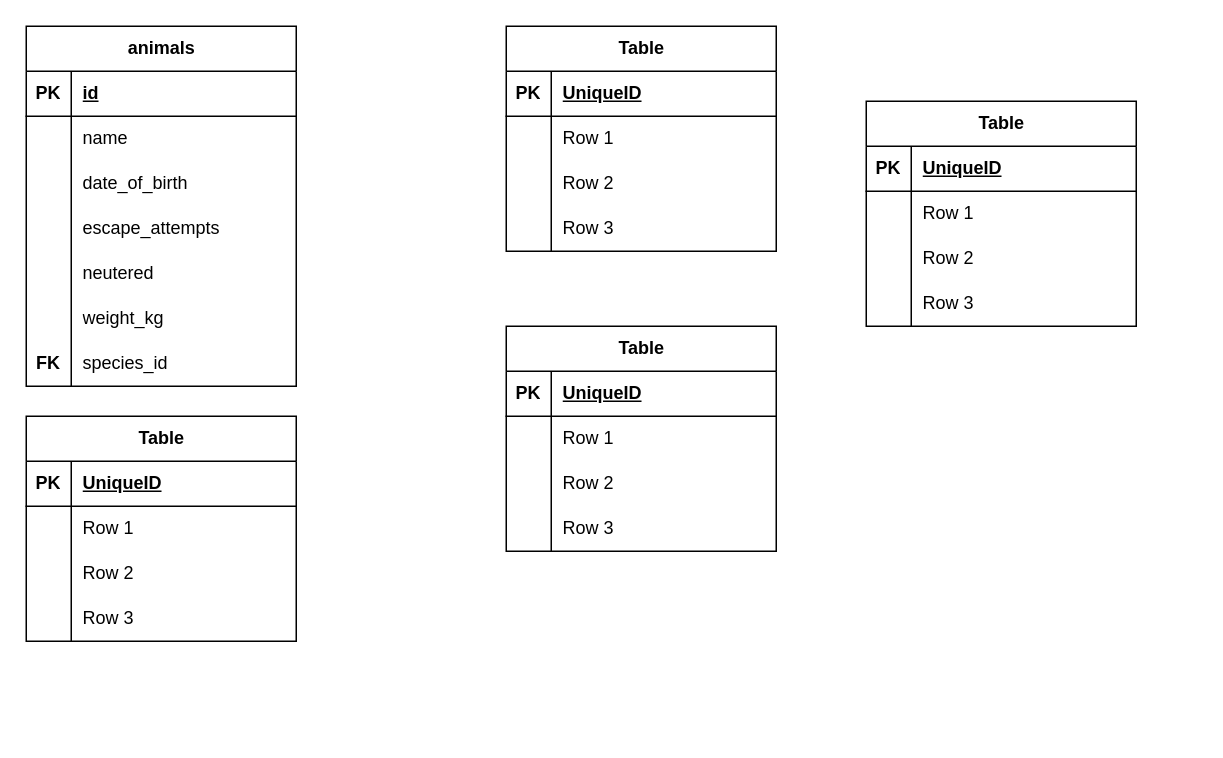
Earlier version of the draw.io diagram Untitled Diagram.drawio (katfogy/vet-clinic). Source tidied: cells renumbered, new cells numbered last; positions are measured from the earlier drawing's top-left corner, leaving out a move shared by most shapes. Both pictures are drawn from the tidied source at 150%, with x=0, y=0 at pixel (26, 26).
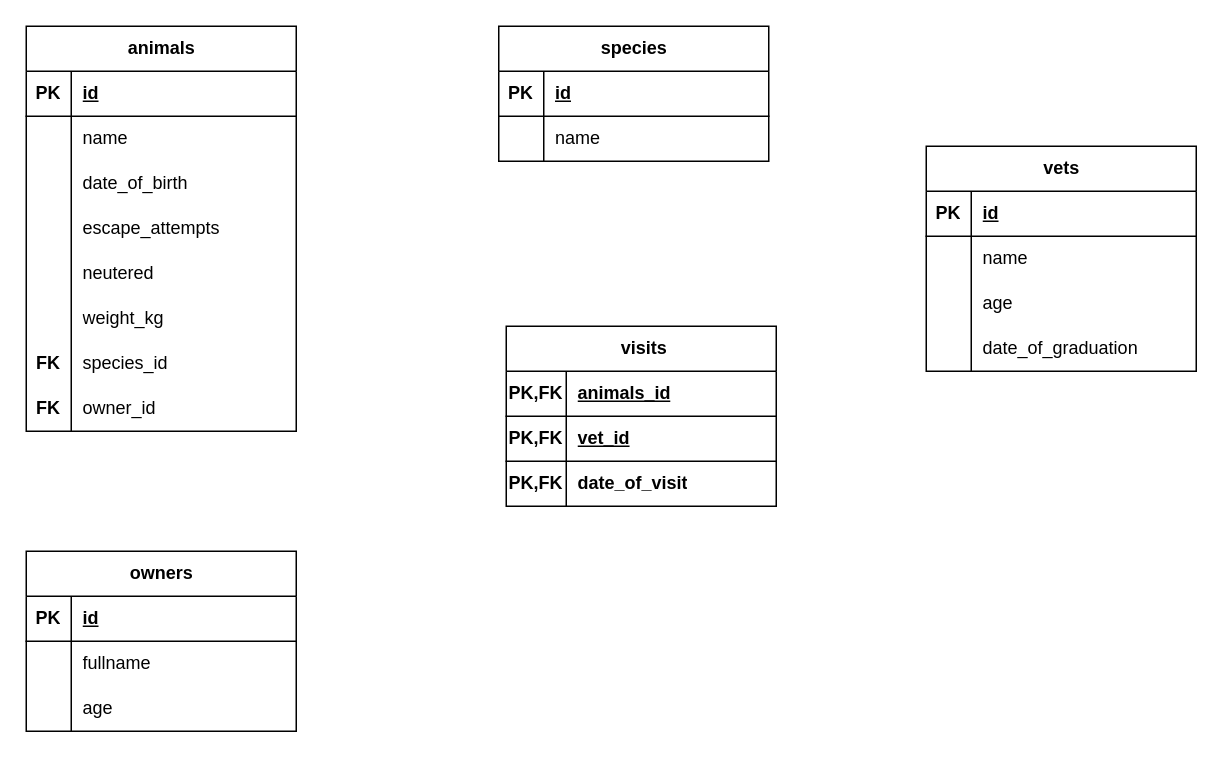
Above is the later version.

Unchanged cells that the change refers to:
```xml
<mxCell id="25" style="shape=tableRow;horizontal=0;startSize=0;swimlaneHead=0;swimlaneBody=0;fillColor=none;top=0;left=0;right=0;bottom=1;" parent="24" vertex="1">
  <mxGeometry y="30" width="180" height="30" as="geometry" />
</mxCell>
<mxCell id="28" style="shape=tableRow;horizontal=0;startSize=0;swimlaneHead=0;swimlaneBody=0;fillColor=none;top=0;left=0;right=0;bottom=0;" parent="24" vertex="1">
  <mxGeometry y="60" width="180" height="30" as="geometry" />
</mxCell>
<mxCell id="38" style="shape=tableRow;horizontal=0;startSize=0;swimlaneHead=0;swimlaneBody=0;fillColor=none;top=0;left=0;right=0;bottom=1;" parent="37" vertex="1">
  <mxGeometry y="30" width="180" height="30" as="geometry" />
</mxCell>
<mxCell id="41" style="shape=tableRow;horizontal=0;startSize=0;swimlaneHead=0;swimlaneBody=0;fillColor=none;top=0;left=0;right=0;bottom=0;" parent="37" vertex="1">
  <mxGeometry y="60" width="180" height="30" as="geometry" />
</mxCell>
<mxCell id="44" style="shape=tableRow;horizontal=0;startSize=0;swimlaneHead=0;swimlaneBody=0;fillColor=none;top=0;left=0;right=0;bottom=0;" parent="37" vertex="1">
  <mxGeometry y="90" width="180" height="30" as="geometry" />
</mxCell>
<mxCell id="51" style="shape=tableRow;horizontal=0;startSize=0;swimlaneHead=0;swimlaneBody=0;fillColor=none;top=0;left=0;right=0;bottom=1;" parent="50" vertex="1">
  <mxGeometry y="30" width="180" height="30" as="geometry" />
</mxCell>
<mxCell id="54" style="shape=tableRow;horizontal=0;startSize=0;swimlaneHead=0;swimlaneBody=0;fillColor=none;top=0;left=0;right=0;bottom=0;" parent="50" vertex="1">
  <mxGeometry y="60" width="180" height="30" as="geometry" />
</mxCell>
<mxCell id="57" style="shape=tableRow;horizontal=0;startSize=0;swimlaneHead=0;swimlaneBody=0;fillColor=none;top=0;left=0;right=0;bottom=0;" parent="50" vertex="1">
  <mxGeometry y="90" width="180" height="30" as="geometry" />
</mxCell>
<mxCell id="60" style="shape=tableRow;horizontal=0;startSize=0;swimlaneHead=0;swimlaneBody=0;fillColor=none;top=0;left=0;right=0;bottom=0;" parent="50" vertex="1">
  <mxGeometry y="120" width="180" height="30" as="geometry" />
</mxCell>
```

Diff of the diagram source:
```diff
@@
     <mxCell id="2" value="animals" style="shape=table;startSize=30;childLayout=tableLayout;rowLines=0;fontStyle=1;align=center;html=1;" parent="1" vertex="1">
-      <mxGeometry width="180" height="240" as="geometry" />
+      <mxGeometry width="180" height="270" as="geometry" />
     </mxCell>
@@
+    <mxCell id="76" style="shape=tableRow;horizontal=0;startSize=0;swimlaneHead=0;swimlaneBody=0;fillColor=none;top=0;left=0;right=0;bottom=0;" parent="2" vertex="1">
+      <mxGeometry y="240" width="180" height="30" as="geometry" />
+    </mxCell>
+    <mxCell id="77" value="FK" style="shape=partialRectangle;fillColor=none;top=0;left=0;bottom=0;right=0;overflow=hidden;whiteSpace=wrap;html=1;fontStyle=1;" parent="76" vertex="1">
+      <mxGeometry width="30" height="30" as="geometry" />
+    </mxCell>
+    <mxCell id="78" value="owner_id" style="shape=partialRectangle;fillColor=none;top=0;left=0;bottom=0;right=0;align=left;spacingLeft=6;overflow=hidden;whiteSpace=wrap;html=1;" parent="76" vertex="1">
+      <mxGeometry x="30" width="150" height="30" as="geometry" />
+    </mxCell>
-    <mxCell id="24" value="Table" style="shape=table;startSize=30;childLayout=tableLayout;rowLines=0;fontStyle=1;align=center;html=1;" parent="1" vertex="1">
-      <mxGeometry x="320" width="180" height="150" as="geometry" />
+    <mxCell id="24" value="species" style="shape=table;startSize=30;childLayout=tableLayout;rowLines=0;fontStyle=1;align=center;html=1;" parent="1" vertex="1">
+      <mxGeometry x="315" width="180" height="90" as="geometry" />
     </mxCell>
@@
-    <mxCell id="27" value="UniqueID" style="shape=partialRectangle;fillColor=none;top=0;left=0;bottom=0;right=0;align=left;spacingLeft=6;fontStyle=5;overflow=hidden;whiteSpace=wrap;html=1;" parent="25" vertex="1">
+    <mxCell id="27" value="id" style="shape=partialRectangle;fillColor=none;top=0;left=0;bottom=0;right=0;align=left;spacingLeft=6;fontStyle=5;overflow=hidden;whiteSpace=wrap;html=1;" parent="25" vertex="1">
       <mxGeometry x="30" width="150" height="30" as="geometry" />
     </mxCell>
@@
-    <mxCell id="30" value="Row 1" style="shape=partialRectangle;fillColor=none;top=0;left=0;bottom=0;right=0;align=left;spacingLeft=6;overflow=hidden;whiteSpace=wrap;html=1;" parent="28" vertex="1">
+    <mxCell id="30" value="name" style="shape=partialRectangle;fillColor=none;top=0;left=0;bottom=0;right=0;align=left;spacingLeft=6;overflow=hidden;whiteSpace=wrap;html=1;" parent="28" vertex="1">
       <mxGeometry x="30" width="150" height="30" as="geometry" />
     </mxCell>
-    <mxCell id="31" style="shape=tableRow;horizontal=0;startSize=0;swimlaneHead=0;swimlaneBody=0;fillColor=none;top=0;left=0;right=0;bottom=0;" parent="24" vertex="1">
-      <mxGeometry y="90" width="180" height="30" as="geometry" />
-    </mxCell>
-    <mxCell id="32" style="shape=partialRectangle;fillColor=none;top=0;left=0;bottom=0;right=0;overflow=hidden;whiteSpace=wrap;html=1;" parent="31" vertex="1">
-      <mxGeometry width="30" height="30" as="geometry" />
-    </mxCell>
-    <mxCell id="33" value="Row 2" style="shape=partialRectangle;fillColor=none;top=0;left=0;bottom=0;right=0;align=left;spacingLeft=6;overflow=hidden;whiteSpace=wrap;html=1;" parent="31" vertex="1">
-      <mxGeometry x="30" width="150" height="30" as="geometry" />
-    </mxCell>
-    <mxCell id="34" style="shape=tableRow;horizontal=0;startSize=0;swimlaneHead=0;swimlaneBody=0;fillColor=none;top=0;left=0;right=0;bottom=0;" parent="24" vertex="1">
-      <mxGeometry y="120" width="180" height="30" as="geometry" />
-    </mxCell>
-    <mxCell id="35" style="shape=partialRectangle;fillColor=none;top=0;left=0;bottom=0;right=0;overflow=hidden;whiteSpace=wrap;html=1;" parent="34" vertex="1">
-      <mxGeometry width="30" height="30" as="geometry" />
-    </mxCell>
-    <mxCell id="36" value="Row 3" style="shape=partialRectangle;fillColor=none;top=0;left=0;bottom=0;right=0;align=left;spacingLeft=6;overflow=hidden;whiteSpace=wrap;html=1;" parent="34" vertex="1">
-      <mxGeometry x="30" width="150" height="30" as="geometry" />
-    </mxCell>
-    <mxCell id="37" value="Table" style="shape=table;startSize=30;childLayout=tableLayout;rowLines=0;fontStyle=1;align=center;html=1;" parent="1" vertex="1">
-      <mxGeometry y="260" width="180" height="150" as="geometry" />
+    <mxCell id="37" value="owners" style="shape=table;startSize=30;childLayout=tableLayout;rowLines=0;fontStyle=1;align=center;html=1;" parent="1" vertex="1">
+      <mxGeometry y="350" width="180" height="120" as="geometry" />
     </mxCell>
@@
-    <mxCell id="40" value="UniqueID" style="shape=partialRectangle;fillColor=none;top=0;left=0;bottom=0;right=0;align=left;spacingLeft=6;fontStyle=5;overflow=hidden;whiteSpace=wrap;html=1;" parent="38" vertex="1">
+    <mxCell id="40" value="id" style="shape=partialRectangle;fillColor=none;top=0;left=0;bottom=0;right=0;align=left;spacingLeft=6;fontStyle=5;overflow=hidden;whiteSpace=wrap;html=1;" parent="38" vertex="1">
       <mxGeometry x="30" width="150" height="30" as="geometry" />
     </mxCell>
@@
-    <mxCell id="43" value="Row 1" style="shape=partialRectangle;fillColor=none;top=0;left=0;bottom=0;right=0;align=left;spacingLeft=6;overflow=hidden;whiteSpace=wrap;html=1;" parent="41" vertex="1">
+    <mxCell id="43" value="fullname" style="shape=partialRectangle;fillColor=none;top=0;left=0;bottom=0;right=0;align=left;spacingLeft=6;overflow=hidden;whiteSpace=wrap;html=1;" parent="41" vertex="1">
       <mxGeometry x="30" width="150" height="30" as="geometry" />
     </mxCell>
@@
-    <mxCell id="46" value="Row 2" style="shape=partialRectangle;fillColor=none;top=0;left=0;bottom=0;right=0;align=left;spacingLeft=6;overflow=hidden;whiteSpace=wrap;html=1;" parent="44" vertex="1">
+    <mxCell id="46" value="age" style="shape=partialRectangle;fillColor=none;top=0;left=0;bottom=0;right=0;align=left;spacingLeft=6;overflow=hidden;whiteSpace=wrap;html=1;" parent="44" vertex="1">
       <mxGeometry x="30" width="150" height="30" as="geometry" />
     </mxCell>
-    <mxCell id="47" style="shape=tableRow;horizontal=0;startSize=0;swimlaneHead=0;swimlaneBody=0;fillColor=none;top=0;left=0;right=0;bottom=0;" parent="37" vertex="1">
-      <mxGeometry y="120" width="180" height="30" as="geometry" />
-    </mxCell>
-    <mxCell id="48" style="shape=partialRectangle;fillColor=none;top=0;left=0;bottom=0;right=0;overflow=hidden;whiteSpace=wrap;html=1;" parent="47" vertex="1">
-      <mxGeometry width="30" height="30" as="geometry" />
-    </mxCell>
-    <mxCell id="49" value="Row 3" style="shape=partialRectangle;fillColor=none;top=0;left=0;bottom=0;right=0;align=left;spacingLeft=6;overflow=hidden;whiteSpace=wrap;html=1;" parent="47" vertex="1">
-      <mxGeometry x="30" width="150" height="30" as="geometry" />
-    </mxCell>
-    <mxCell id="50" value="Table" style="shape=table;startSize=30;childLayout=tableLayout;rowLines=0;fontStyle=1;align=center;html=1;" parent="1" vertex="1">
-      <mxGeometry x="320" y="200" width="180" height="150" as="geometry" />
+    <mxCell id="50" value="vets" style="shape=table;startSize=30;childLayout=tableLayout;rowLines=0;fontStyle=1;align=center;html=1;" parent="1" vertex="1">
+      <mxGeometry x="600" y="80" width="180" height="150" as="geometry" />
     </mxCell>
@@
-    <mxCell id="53" value="UniqueID" style="shape=partialRectangle;fillColor=none;top=0;left=0;bottom=0;right=0;align=left;spacingLeft=6;fontStyle=5;overflow=hidden;whiteSpace=wrap;html=1;" parent="51" vertex="1">
+    <mxCell id="53" value="id" style="shape=partialRectangle;fillColor=none;top=0;left=0;bottom=0;right=0;align=left;spacingLeft=6;fontStyle=5;overflow=hidden;whiteSpace=wrap;html=1;" parent="51" vertex="1">
       <mxGeometry x="30" width="150" height="30" as="geometry" />
     </mxCell>
@@
-    <mxCell id="56" value="Row 1" style="shape=partialRectangle;fillColor=none;top=0;left=0;bottom=0;right=0;align=left;spacingLeft=6;overflow=hidden;whiteSpace=wrap;html=1;" parent="54" vertex="1">
+    <mxCell id="56" value="name" style="shape=partialRectangle;fillColor=none;top=0;left=0;bottom=0;right=0;align=left;spacingLeft=6;overflow=hidden;whiteSpace=wrap;html=1;" parent="54" vertex="1">
       <mxGeometry x="30" width="150" height="30" as="geometry" />
     </mxCell>
@@
-    <mxCell id="59" value="Row 2" style="shape=partialRectangle;fillColor=none;top=0;left=0;bottom=0;right=0;align=left;spacingLeft=6;overflow=hidden;whiteSpace=wrap;html=1;" parent="57" vertex="1">
+    <mxCell id="59" value="age" style="shape=partialRectangle;fillColor=none;top=0;left=0;bottom=0;right=0;align=left;spacingLeft=6;overflow=hidden;whiteSpace=wrap;html=1;" parent="57" vertex="1">
       <mxGeometry x="30" width="150" height="30" as="geometry" />
     </mxCell>
@@
-    <mxCell id="62" value="Row 3" style="shape=partialRectangle;fillColor=none;top=0;left=0;bottom=0;right=0;align=left;spacingLeft=6;overflow=hidden;whiteSpace=wrap;html=1;" parent="60" vertex="1">
+    <mxCell id="62" value="date_of_graduation" style="shape=partialRectangle;fillColor=none;top=0;left=0;bottom=0;right=0;align=left;spacingLeft=6;overflow=hidden;whiteSpace=wrap;html=1;" parent="60" vertex="1">
       <mxGeometry x="30" width="150" height="30" as="geometry" />
     </mxCell>
-    <mxCell id="63" value="Table" style="shape=table;startSize=30;childLayout=tableLayout;rowLines=0;fontStyle=1;align=center;html=1;" parent="1" vertex="1">
-      <mxGeometry x="560" y="50" width="180" height="150" as="geometry" />
-    </mxCell>
+    <mxCell id="79" value="&amp;nbsp;visits" style="shape=table;startSize=30;childLayout=tableLayout;rowLines=0;fontStyle=1;align=center;html=1;" parent="1" vertex="1">
+      <mxGeometry x="320" y="200" width="180" height="120" as="geometry" />
+    </mxCell>
-    <mxCell id="64" style="shape=tableRow;horizontal=0;startSize=0;swimlaneHead=0;swimlaneBody=0;fillColor=none;top=0;left=0;right=0;bottom=1;" parent="63" vertex="1">
+    <mxCell id="64" style="shape=tableRow;horizontal=0;startSize=0;swimlaneHead=0;swimlaneBody=0;fillColor=none;top=0;left=0;right=0;bottom=1;" parent="79" vertex="1">
       <mxGeometry y="30" width="180" height="30" as="geometry" />
     </mxCell>
-    <mxCell id="65" value="PK" style="shape=partialRectangle;fillColor=none;top=0;left=0;bottom=0;right=0;fontStyle=1;overflow=hidden;whiteSpace=wrap;html=1;" parent="64" vertex="1">
-      <mxGeometry width="30" height="30" as="geometry" />
-    </mxCell>
-    <mxCell id="66" value="UniqueID" style="shape=partialRectangle;fillColor=none;top=0;left=0;bottom=0;right=0;align=left;spacingLeft=6;fontStyle=5;overflow=hidden;whiteSpace=wrap;html=1;" parent="64" vertex="1">
-      <mxGeometry x="30" width="150" height="30" as="geometry" />
-    </mxCell>
-    <mxCell id="67" style="shape=tableRow;horizontal=0;startSize=0;swimlaneHead=0;swimlaneBody=0;fillColor=none;top=0;left=0;right=0;bottom=0;" parent="63" vertex="1">
-      <mxGeometry y="60" width="180" height="30" as="geometry" />
-    </mxCell>
-    <mxCell id="68" style="shape=partialRectangle;fillColor=none;top=0;left=0;bottom=0;right=0;overflow=hidden;whiteSpace=wrap;html=1;" parent="67" vertex="1">
-      <mxGeometry width="30" height="30" as="geometry" />
-    </mxCell>
-    <mxCell id="69" value="Row 1" style="shape=partialRectangle;fillColor=none;top=0;left=0;bottom=0;right=0;align=left;spacingLeft=6;overflow=hidden;whiteSpace=wrap;html=1;" parent="67" vertex="1">
-      <mxGeometry x="30" width="150" height="30" as="geometry" />
-    </mxCell>
-    <mxCell id="70" style="shape=tableRow;horizontal=0;startSize=0;swimlaneHead=0;swimlaneBody=0;fillColor=none;top=0;left=0;right=0;bottom=0;" parent="63" vertex="1">
-      <mxGeometry y="90" width="180" height="30" as="geometry" />
-    </mxCell>
-    <mxCell id="71" style="shape=partialRectangle;fillColor=none;top=0;left=0;bottom=0;right=0;overflow=hidden;whiteSpace=wrap;html=1;" parent="70" vertex="1">
-      <mxGeometry width="30" height="30" as="geometry" />
-    </mxCell>
-    <mxCell id="72" value="Row 2" style="shape=partialRectangle;fillColor=none;top=0;left=0;bottom=0;right=0;align=left;spacingLeft=6;overflow=hidden;whiteSpace=wrap;html=1;" parent="70" vertex="1">
-      <mxGeometry x="30" width="150" height="30" as="geometry" />
-    </mxCell>
-    <mxCell id="73" style="shape=tableRow;horizontal=0;startSize=0;swimlaneHead=0;swimlaneBody=0;fillColor=none;top=0;left=0;right=0;bottom=0;" parent="63" vertex="1">
-      <mxGeometry y="120" width="180" height="30" as="geometry" />
-    </mxCell>
-    <mxCell id="74" style="shape=partialRectangle;fillColor=none;top=0;left=0;bottom=0;right=0;overflow=hidden;whiteSpace=wrap;html=1;" parent="73" vertex="1">
-      <mxGeometry width="30" height="30" as="geometry" />
-    </mxCell>
-    <mxCell id="75" value="Row 3" style="shape=partialRectangle;fillColor=none;top=0;left=0;bottom=0;right=0;align=left;spacingLeft=6;overflow=hidden;whiteSpace=wrap;html=1;" parent="73" vertex="1">
-      <mxGeometry x="30" width="150" height="30" as="geometry" />
-    </mxCell>
+    <mxCell id="80" value="PK,FK" style="shape=partialRectangle;fillColor=none;top=0;left=0;bottom=0;right=0;fontStyle=1;overflow=hidden;whiteSpace=wrap;html=1;" parent="64" vertex="1">
+      <mxGeometry width="40" height="30" as="geometry" />
+    </mxCell>
+    <mxCell id="81" value="animals_id" style="shape=partialRectangle;fillColor=none;top=0;left=0;bottom=0;right=0;align=left;spacingLeft=6;fontStyle=5;overflow=hidden;whiteSpace=wrap;html=1;" parent="64" vertex="1">
+      <mxGeometry x="40" width="140" height="30" as="geometry" />
+    </mxCell>
+    <mxCell id="82" style="shape=tableRow;horizontal=0;startSize=0;swimlaneHead=0;swimlaneBody=0;fillColor=none;top=0;left=0;right=0;bottom=1;" parent="79" vertex="1">
+      <mxGeometry y="60" width="180" height="30" as="geometry" />
+    </mxCell>
+    <mxCell id="83" value="PK,FK" style="shape=partialRectangle;fillColor=none;top=0;left=0;bottom=0;right=0;fontStyle=1;overflow=hidden;whiteSpace=wrap;html=1;" parent="82" vertex="1">
+      <mxGeometry width="40" height="30" as="geometry" />
+    </mxCell>
+    <mxCell id="84" value="vet_id" style="shape=partialRectangle;fillColor=none;top=0;left=0;bottom=0;right=0;align=left;spacingLeft=6;fontStyle=5;overflow=hidden;whiteSpace=wrap;html=1;" parent="82" vertex="1">
+      <mxGeometry x="40" width="140" height="30" as="geometry" />
+    </mxCell>
+    <mxCell id="85" style="shape=tableRow;horizontal=0;startSize=0;swimlaneHead=0;swimlaneBody=0;fillColor=none;top=0;left=0;right=0;bottom=0;" parent="79" vertex="1">
+      <mxGeometry y="90" width="180" height="30" as="geometry" />
+    </mxCell>
+    <mxCell id="86" value="PK,FK" style="shape=partialRectangle;fillColor=none;top=0;left=0;bottom=0;right=0;overflow=hidden;whiteSpace=wrap;html=1;fontStyle=1;" parent="85" vertex="1">
+      <mxGeometry width="40" height="30" as="geometry" />
+    </mxCell>
+    <mxCell id="87" value="date_of_visit" style="shape=partialRectangle;fillColor=none;top=0;left=0;bottom=0;right=0;align=left;spacingLeft=6;overflow=hidden;whiteSpace=wrap;html=1;fontStyle=1;" parent="85" vertex="1">
+      <mxGeometry x="40" width="140" height="30" as="geometry" />
+    </mxCell>
```
